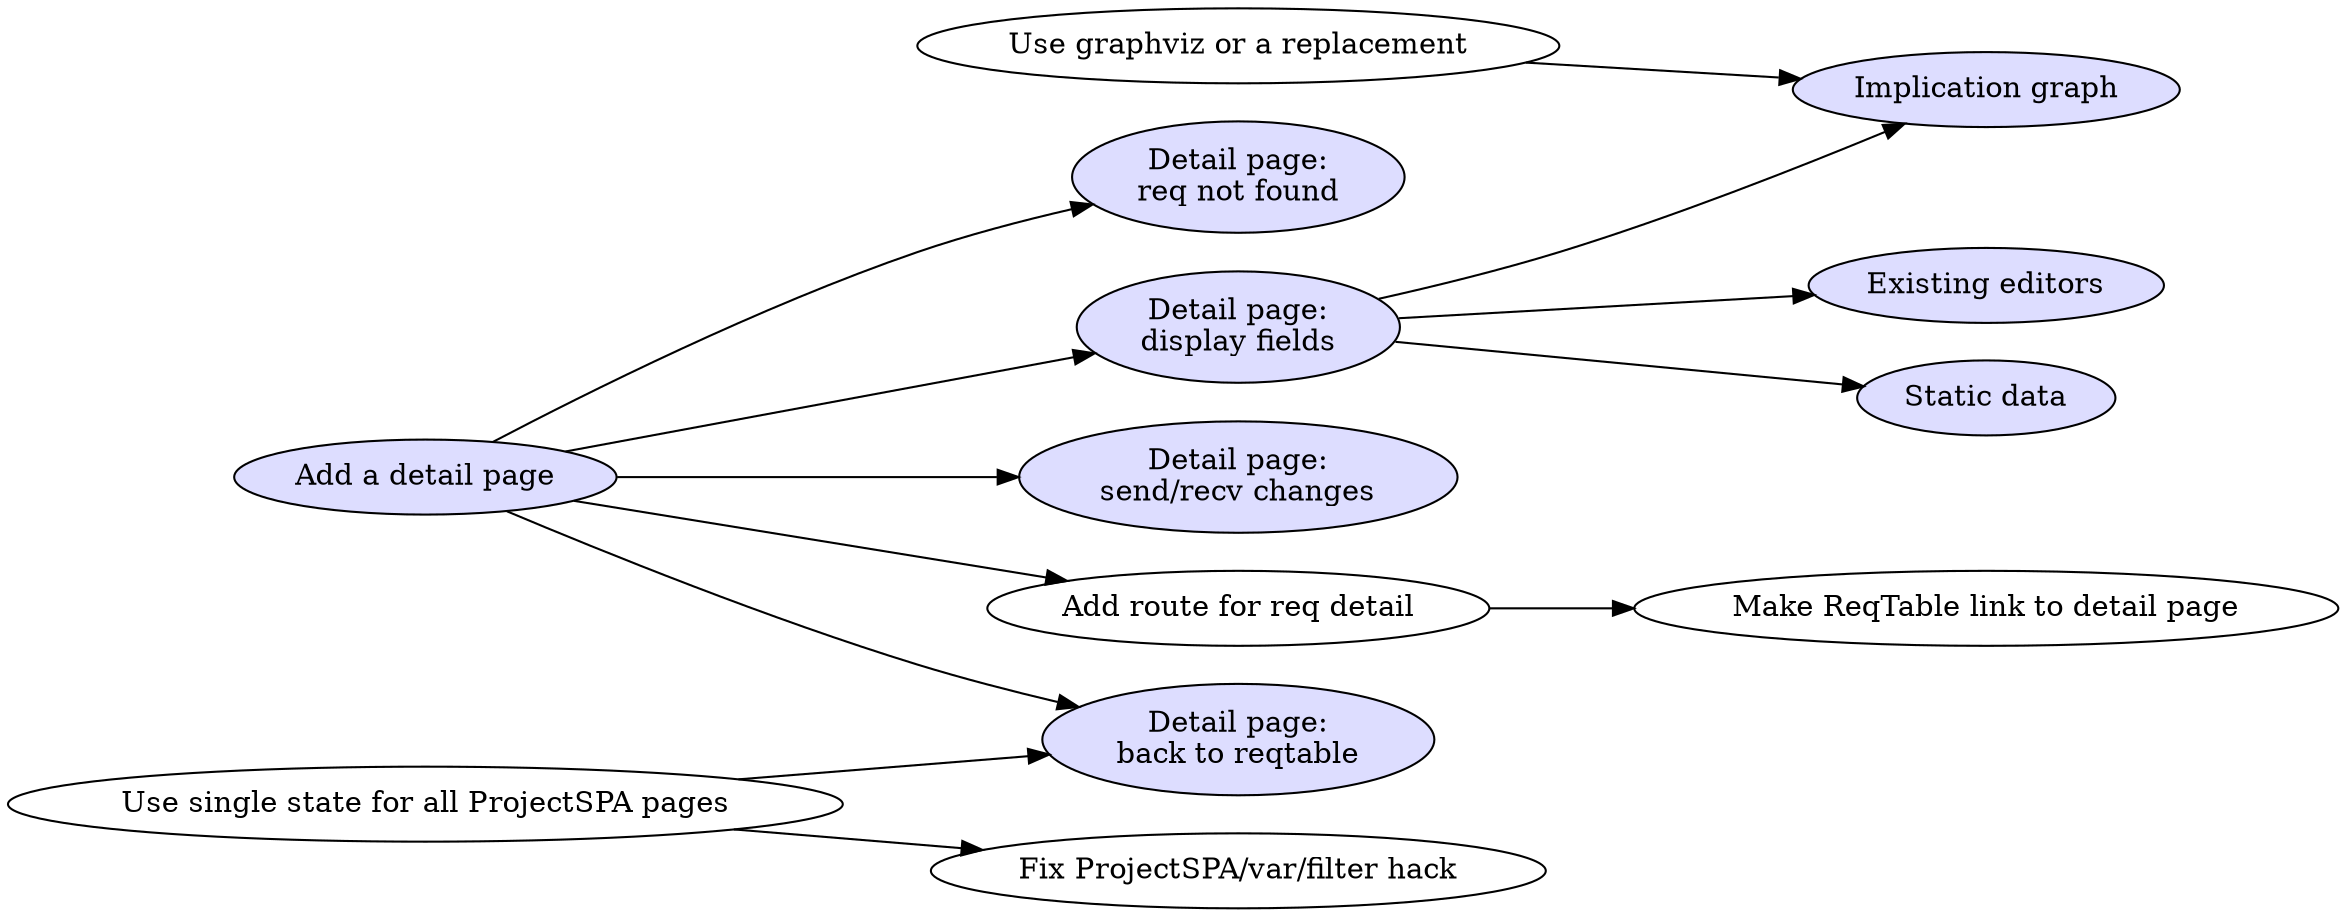
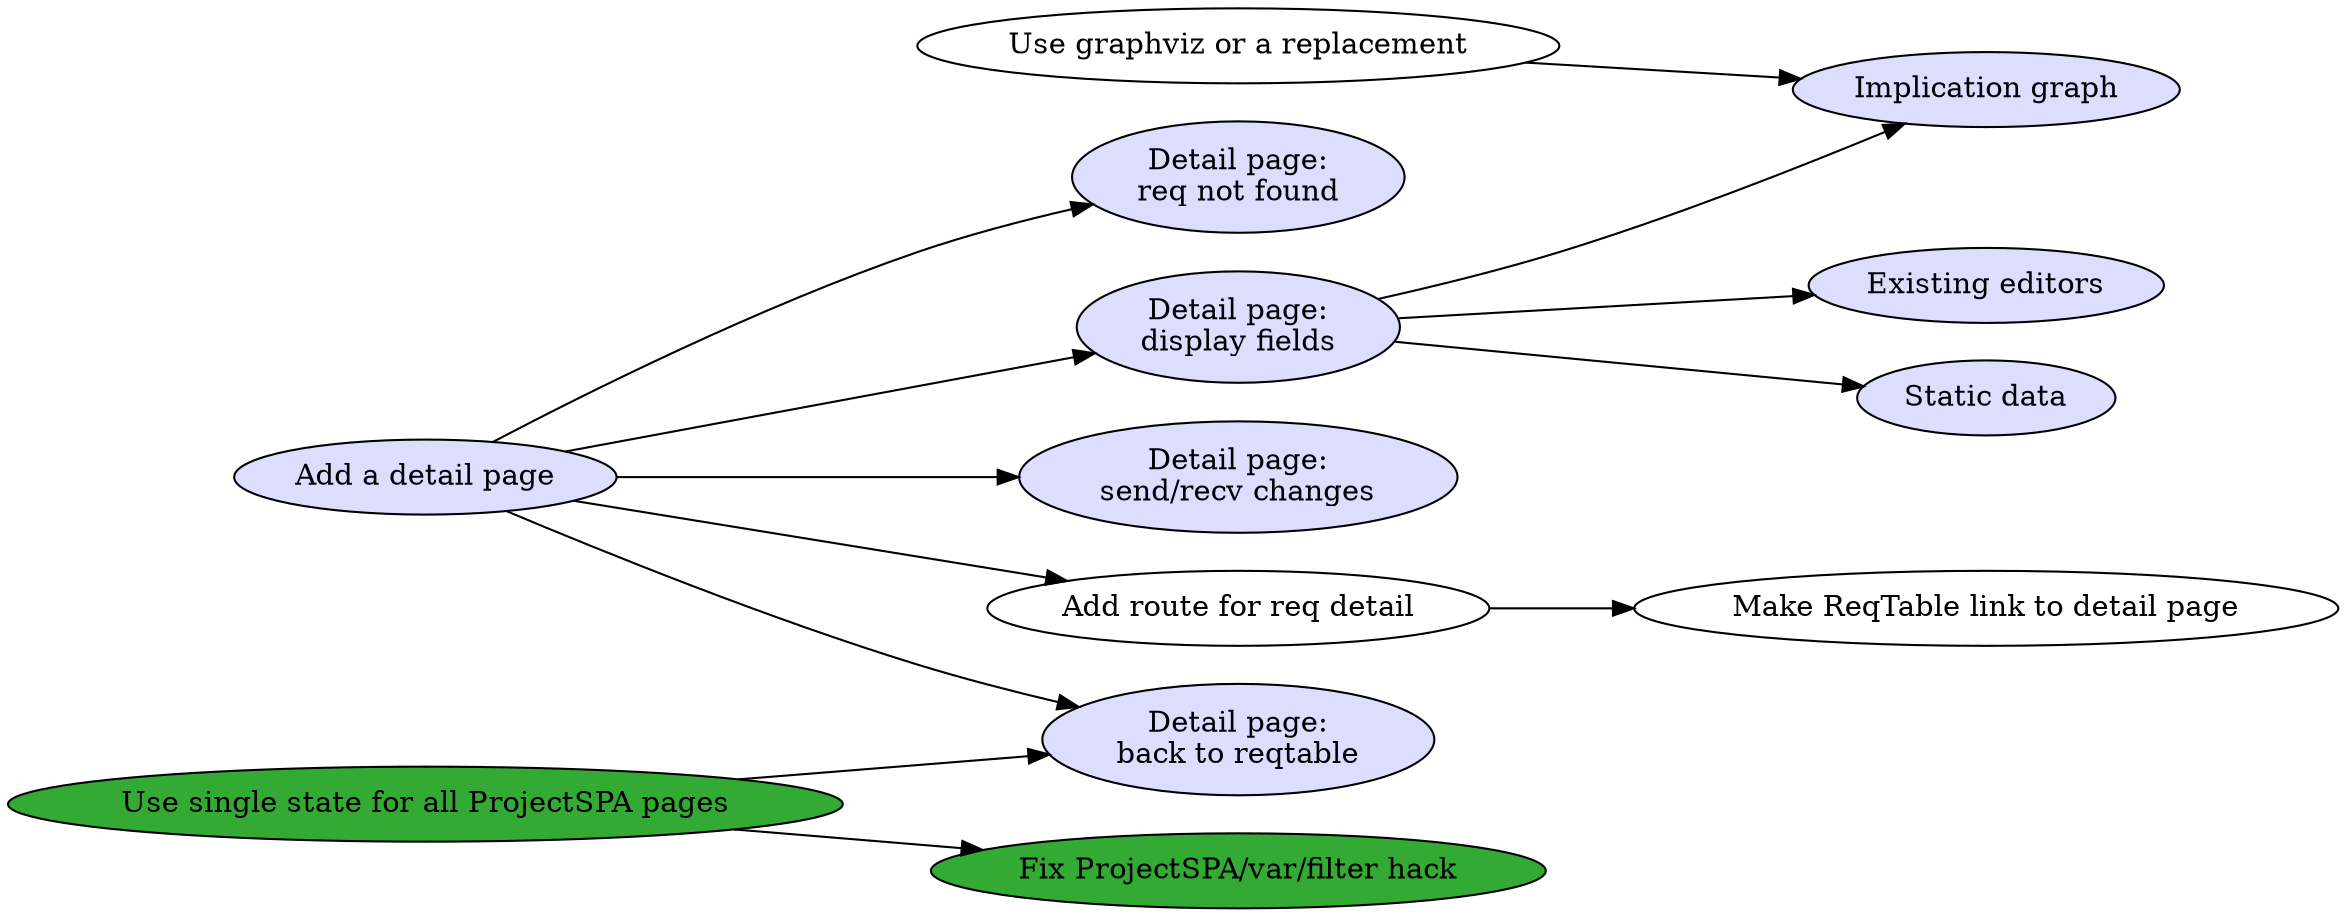
digraph G {
rankdir=LR

graphviz [label="Use graphviz or a replacement"]
newroute [label="Add route for req detail"]
detail_links [label="Make ReqTable link to detail page"]
+ 
+ node [style=filled fillcolor="#33aa33"]
singstate [label="Use single state for all ProjectSPA pages"]
fixhack [label="Fix ProjectSPA/var/filter hack"]

node [style=filled fillcolor="#ddddff"]
detail [label="Add a detail page"]
notfound [label="Detail page:\nreq not found"]
struct [label="Detail page:\ndisplay fields"]
update [label="Detail page:\nsend/recv changes"]
back [label="Detail page:\nback to reqtable"]
editors [label="Existing editors"]
impgraph [label="Implication graph"]
static [label="Static data"]

newroute -> detail_links
singstate -> fixhack,back
detail -> notfound,struct,update,back
detail -> newroute
struct -> editors,impgraph,static
graphviz -> impgraph

}
